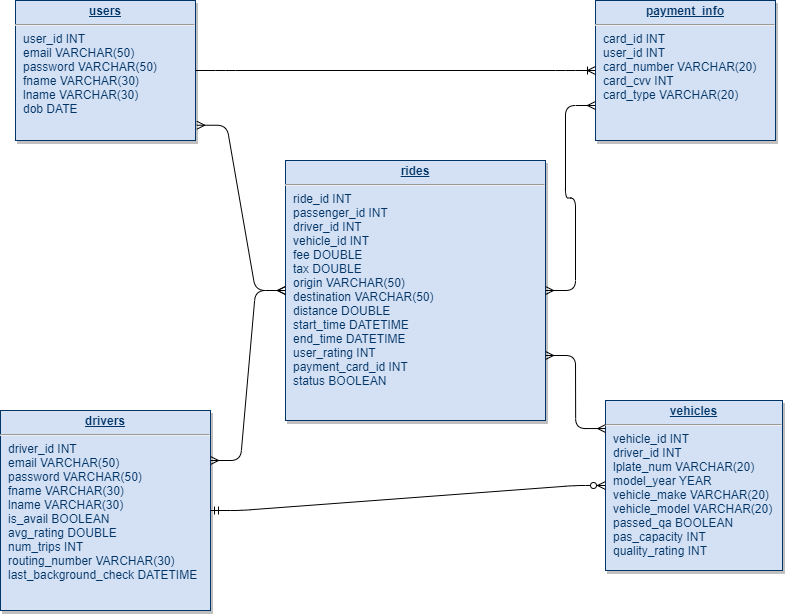
Above: Database Schema 1.png in dtiberiIIT/CS-487-Project-1 (draw.io), before the change. Source tidied: cells renumbered, new cells last; positions are measured from the earlier drawing's top-left corner, leaving out a move shared by most shapes.
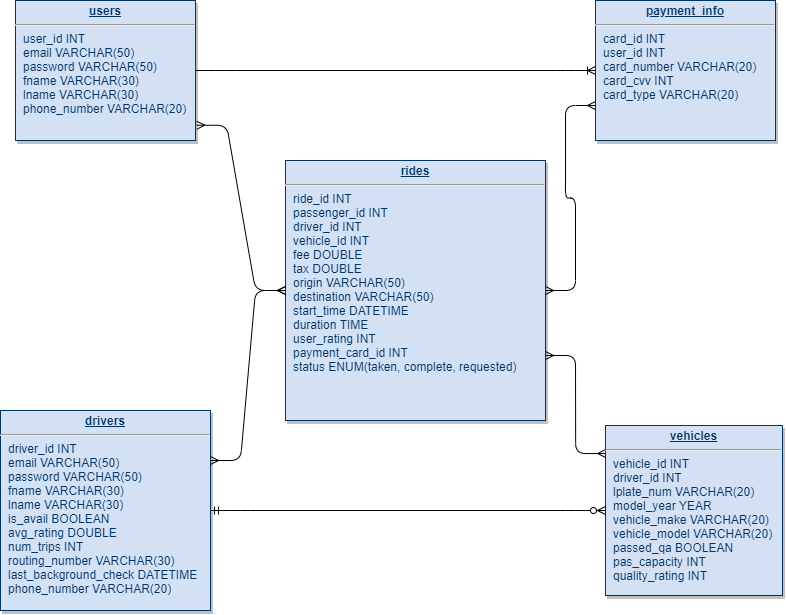
Later version of the same file.

Change to the diagram source:
```diff
@@ -2,16 +2,16 @@
   <root>
     <mxCell id="0" />
     <mxCell id="1" parent="0" />
-    <mxCell id="2" value="&lt;p style=&quot;margin: 0px ; margin-top: 4px ; text-align: center ; text-decoration: underline&quot;&gt;&lt;b&gt;drivers&lt;/b&gt;&lt;/p&gt;&lt;hr&gt;&lt;p style=&quot;margin: 0px ; margin-left: 8px&quot;&gt;driver_id INT&lt;/p&gt;&lt;p style=&quot;margin: 0px 0px 0px 8px&quot;&gt;email VARCHAR(50)&lt;/p&gt;&lt;p style=&quot;margin: 0px 0px 0px 8px&quot;&gt;password VARCHAR(50)&lt;/p&gt;&lt;p style=&quot;margin: 0px ; margin-left: 8px&quot;&gt;fname VARCHAR(30)&amp;nbsp;&lt;/p&gt;&lt;p style=&quot;margin: 0px ; margin-left: 8px&quot;&gt;lname VARCHAR(30)&amp;nbsp;&lt;/p&gt;&lt;p style=&quot;margin: 0px ; margin-left: 8px&quot;&gt;is_avail BOOLEAN&amp;nbsp;&lt;/p&gt;&lt;p style=&quot;margin: 0px ; margin-left: 8px&quot;&gt;avg_rating DOUBLE&lt;/p&gt;&lt;p style=&quot;margin: 0px ; margin-left: 8px&quot;&gt;num_trips INT&lt;/p&gt;&lt;p style=&quot;margin: 0px ; margin-left: 8px&quot;&gt;routing_number VARCHAR(30)&lt;/p&gt;&lt;p style=&quot;margin: 0px ; margin-left: 8px&quot;&gt;last_background_check DATETIME&lt;/p&gt;&lt;p style=&quot;margin: 0px ; margin-left: 8px&quot;&gt;&lt;br&gt;&lt;/p&gt;&lt;p style=&quot;margin: 0px ; margin-left: 8px&quot;&gt;&lt;br&gt;&lt;/p&gt;&lt;p style=&quot;margin: 0px ; margin-left: 8px&quot;&gt;&lt;br&gt;&lt;/p&gt;&lt;p style=&quot;margin: 0px ; margin-left: 8px&quot;&gt;&lt;br&gt;&lt;/p&gt;&lt;p style=&quot;margin: 0px ; margin-left: 8px&quot;&gt;&lt;br&gt;&lt;/p&gt;" style="verticalAlign=top;align=left;overflow=fill;fontSize=12;fontFamily=Helvetica;html=1;strokeColor=#003366;shadow=1;fillColor=#D4E1F5;fontColor=#003366;" parent="1" vertex="1">
+    <mxCell id="2" value="&lt;p style=&quot;margin: 0px ; margin-top: 4px ; text-align: center ; text-decoration: underline&quot;&gt;&lt;b&gt;drivers&lt;/b&gt;&lt;/p&gt;&lt;hr&gt;&lt;p style=&quot;margin: 0px ; margin-left: 8px&quot;&gt;driver_id INT&lt;/p&gt;&lt;p style=&quot;margin: 0px 0px 0px 8px&quot;&gt;email VARCHAR(50)&lt;/p&gt;&lt;p style=&quot;margin: 0px 0px 0px 8px&quot;&gt;password VARCHAR(50)&lt;/p&gt;&lt;p style=&quot;margin: 0px ; margin-left: 8px&quot;&gt;fname VARCHAR(30)&amp;nbsp;&lt;/p&gt;&lt;p style=&quot;margin: 0px ; margin-left: 8px&quot;&gt;lname VARCHAR(30)&amp;nbsp;&lt;/p&gt;&lt;p style=&quot;margin: 0px ; margin-left: 8px&quot;&gt;is_avail BOOLEAN&amp;nbsp;&lt;/p&gt;&lt;p style=&quot;margin: 0px ; margin-left: 8px&quot;&gt;avg_rating DOUBLE&lt;/p&gt;&lt;p style=&quot;margin: 0px ; margin-left: 8px&quot;&gt;num_trips INT&lt;/p&gt;&lt;p style=&quot;margin: 0px ; margin-left: 8px&quot;&gt;routing_number VARCHAR(30)&lt;/p&gt;&lt;p style=&quot;margin: 0px ; margin-left: 8px&quot;&gt;last_background_check DATETIME&lt;/p&gt;&lt;p style=&quot;margin: 0px ; margin-left: 8px&quot;&gt;phone_number VARCHAR(20)&lt;br&gt;&lt;/p&gt;&lt;p style=&quot;margin: 0px ; margin-left: 8px&quot;&gt;&lt;br&gt;&lt;/p&gt;&lt;p style=&quot;margin: 0px ; margin-left: 8px&quot;&gt;&lt;br&gt;&lt;/p&gt;&lt;p style=&quot;margin: 0px ; margin-left: 8px&quot;&gt;&lt;br&gt;&lt;/p&gt;&lt;p style=&quot;margin: 0px ; margin-left: 8px&quot;&gt;&lt;br&gt;&lt;/p&gt;&lt;p style=&quot;margin: 0px ; margin-left: 8px&quot;&gt;&lt;br&gt;&lt;/p&gt;" style="verticalAlign=top;align=left;overflow=fill;fontSize=12;fontFamily=Helvetica;html=1;strokeColor=#003366;shadow=1;fillColor=#D4E1F5;fontColor=#003366;" parent="1" vertex="1">
       <mxGeometry y="410" width="210" height="200" as="geometry" />
     </mxCell>
-    <mxCell id="3" value="&lt;p style=&quot;margin: 0px ; margin-top: 4px ; text-align: center ; text-decoration: underline&quot;&gt;&lt;b&gt;users&lt;/b&gt;&lt;/p&gt;&lt;hr&gt;&lt;p style=&quot;margin: 0px ; margin-left: 8px&quot;&gt;user_id INT&lt;/p&gt;&lt;p style=&quot;margin: 0px ; margin-left: 8px&quot;&gt;email VARCHAR(50)&lt;/p&gt;&lt;p style=&quot;margin: 0px ; margin-left: 8px&quot;&gt;password VARCHAR(50)&lt;/p&gt;&lt;p style=&quot;margin: 0px 0px 0px 8px&quot;&gt;fname VARCHAR(30)&amp;nbsp;&lt;/p&gt;&lt;p style=&quot;margin: 0px 0px 0px 8px&quot;&gt;lname VARCHAR(30)&amp;nbsp;&lt;/p&gt;&lt;p style=&quot;margin: 0px 0px 0px 8px&quot;&gt;dob DATE&lt;/p&gt;&lt;p style=&quot;margin: 0px 0px 0px 8px&quot;&gt;&lt;br&gt;&lt;/p&gt;&lt;p style=&quot;margin: 0px 0px 0px 8px&quot;&gt;&lt;br&gt;&lt;/p&gt;&lt;p style=&quot;margin: 0px 0px 0px 8px&quot;&gt;&lt;br&gt;&lt;/p&gt;" style="verticalAlign=top;align=left;overflow=fill;fontSize=12;fontFamily=Helvetica;html=1;strokeColor=#003366;shadow=1;fillColor=#D4E1F5;fontColor=#003366;" parent="1" vertex="1">
+    <mxCell id="3" value="&lt;p style=&quot;margin: 0px ; margin-top: 4px ; text-align: center ; text-decoration: underline&quot;&gt;&lt;b&gt;users&lt;/b&gt;&lt;/p&gt;&lt;hr&gt;&lt;p style=&quot;margin: 0px ; margin-left: 8px&quot;&gt;user_id INT&lt;/p&gt;&lt;p style=&quot;margin: 0px ; margin-left: 8px&quot;&gt;email VARCHAR(50)&lt;/p&gt;&lt;p style=&quot;margin: 0px ; margin-left: 8px&quot;&gt;password VARCHAR(50)&lt;/p&gt;&lt;p style=&quot;margin: 0px 0px 0px 8px&quot;&gt;fname VARCHAR(30)&amp;nbsp;&lt;/p&gt;&lt;p style=&quot;margin: 0px 0px 0px 8px&quot;&gt;lname VARCHAR(30)&lt;/p&gt;&lt;p style=&quot;margin: 0px 0px 0px 8px&quot;&gt;phone_number VARCHAR(20)&amp;nbsp;&lt;/p&gt;&lt;p style=&quot;margin: 0px 0px 0px 8px&quot;&gt;&lt;br&gt;&lt;/p&gt;&lt;p style=&quot;margin: 0px 0px 0px 8px&quot;&gt;&lt;br&gt;&lt;/p&gt;&lt;p style=&quot;margin: 0px 0px 0px 8px&quot;&gt;&lt;br&gt;&lt;/p&gt;" style="verticalAlign=top;align=left;overflow=fill;fontSize=12;fontFamily=Helvetica;html=1;strokeColor=#003366;shadow=1;fillColor=#D4E1F5;fontColor=#003366;" parent="1" vertex="1">
       <mxGeometry x="15" width="180" height="140" as="geometry" />
     </mxCell>
     <mxCell id="4" value="&lt;p style=&quot;margin: 0px ; margin-top: 4px ; text-align: center ; text-decoration: underline&quot;&gt;&lt;b&gt;vehicles&lt;/b&gt;&lt;/p&gt;&lt;hr&gt;&lt;p style=&quot;margin: 0px ; margin-left: 8px&quot;&gt;&lt;span style=&quot;font-size: 12px&quot;&gt;vehicle_id INT&lt;/span&gt;&lt;/p&gt;&lt;p style=&quot;margin: 0px ; margin-left: 8px&quot;&gt;&lt;span style=&quot;font-size: 12px&quot;&gt;driver_id INT&lt;/span&gt;&lt;/p&gt;&lt;p style=&quot;margin: 0px ; margin-left: 8px&quot;&gt;&lt;span style=&quot;font-size: 12px&quot;&gt;lplate_num VARCHAR(20)&lt;/span&gt;&lt;/p&gt;&lt;p style=&quot;margin: 0px ; margin-left: 8px&quot;&gt;&lt;span style=&quot;font-size: 12px&quot;&gt;model_year YEAR&lt;/span&gt;&lt;/p&gt;&lt;p style=&quot;margin: 0px ; margin-left: 8px&quot;&gt;&lt;span style=&quot;font-size: 12px&quot;&gt;vehicle_make VARCHAR(20)&lt;/span&gt;&lt;/p&gt;&lt;p style=&quot;margin: 0px ; margin-left: 8px&quot;&gt;&lt;span&gt;vehicle_model VARCHAR(20)&lt;/span&gt;&lt;br&gt;&lt;/p&gt;&lt;p style=&quot;margin: 0px ; margin-left: 8px&quot;&gt;passed_qa BOOLEAN&lt;/p&gt;&lt;p style=&quot;margin: 0px ; margin-left: 8px&quot;&gt;pas_capacity INT&lt;/p&gt;&lt;p style=&quot;margin: 0px ; margin-left: 8px&quot;&gt;quality_rating INT&lt;/p&gt;&lt;p style=&quot;margin: 0px 0px 0px 8px&quot;&gt;&lt;br&gt;&lt;/p&gt;" style="verticalAlign=top;align=left;overflow=fill;fontSize=12;fontFamily=Helvetica;html=1;strokeColor=#003366;shadow=1;fillColor=#D4E1F5;fontColor=#003366;" parent="1" vertex="1">
-      <mxGeometry x="605" y="400" width="177" height="170" as="geometry" />
+      <mxGeometry x="605" y="425" width="177" height="170" as="geometry" />
     </mxCell>
-    <mxCell id="5" value="&lt;p style=&quot;margin: 0px ; margin-top: 4px ; text-align: center ; text-decoration: underline&quot;&gt;&lt;b&gt;rides&lt;/b&gt;&lt;/p&gt;&lt;hr&gt;&lt;p style=&quot;margin: 0px ; margin-left: 8px&quot;&gt;ride_id INT&lt;/p&gt;&lt;p style=&quot;margin: 0px ; margin-left: 8px&quot;&gt;passenger_id INT&lt;/p&gt;&lt;p style=&quot;margin: 0px ; margin-left: 8px&quot;&gt;driver_id INT&lt;/p&gt;&lt;p style=&quot;margin: 0px ; margin-left: 8px&quot;&gt;vehicle_id INT&lt;/p&gt;&lt;p style=&quot;margin: 0px ; margin-left: 8px&quot;&gt;fee DOUBLE&lt;/p&gt;&lt;p style=&quot;margin: 0px ; margin-left: 8px&quot;&gt;tax DOUBLE&lt;/p&gt;&lt;p style=&quot;margin: 0px ; margin-left: 8px&quot;&gt;origin VARCHAR(50)&lt;/p&gt;&lt;p style=&quot;margin: 0px ; margin-left: 8px&quot;&gt;destination VARCHAR(50)&lt;/p&gt;&lt;p style=&quot;margin: 0px ; margin-left: 8px&quot;&gt;distance DOUBLE&lt;/p&gt;&lt;p style=&quot;margin: 0px ; margin-left: 8px&quot;&gt;start_time DATETIME&lt;/p&gt;&lt;p style=&quot;margin: 0px ; margin-left: 8px&quot;&gt;end_time DATETIME&lt;/p&gt;&lt;p style=&quot;margin: 0px ; margin-left: 8px&quot;&gt;user_rating INT&lt;/p&gt;&lt;p style=&quot;margin: 0px ; margin-left: 8px&quot;&gt;payment_card_id INT&lt;/p&gt;&lt;p style=&quot;margin: 0px ; margin-left: 8px&quot;&gt;status BOOLEAN&lt;/p&gt;&lt;p style=&quot;margin: 0px 0px 0px 8px&quot;&gt;&lt;br&gt;&lt;/p&gt;&lt;p style=&quot;margin: 0px 0px 0px 8px&quot;&gt;&lt;br&gt;&lt;/p&gt;" style="verticalAlign=top;align=left;overflow=fill;fontSize=12;fontFamily=Helvetica;html=1;strokeColor=#003366;shadow=1;fillColor=#D4E1F5;fontColor=#003366;" parent="1" vertex="1">
+    <mxCell id="5" value="&lt;p style=&quot;margin: 0px ; margin-top: 4px ; text-align: center ; text-decoration: underline&quot;&gt;&lt;b&gt;rides&lt;/b&gt;&lt;/p&gt;&lt;hr&gt;&lt;p style=&quot;margin: 0px ; margin-left: 8px&quot;&gt;ride_id INT&lt;/p&gt;&lt;p style=&quot;margin: 0px ; margin-left: 8px&quot;&gt;passenger_id INT&lt;/p&gt;&lt;p style=&quot;margin: 0px ; margin-left: 8px&quot;&gt;driver_id INT&lt;/p&gt;&lt;p style=&quot;margin: 0px ; margin-left: 8px&quot;&gt;vehicle_id INT&lt;/p&gt;&lt;p style=&quot;margin: 0px ; margin-left: 8px&quot;&gt;fee DOUBLE&lt;/p&gt;&lt;p style=&quot;margin: 0px ; margin-left: 8px&quot;&gt;tax DOUBLE&lt;/p&gt;&lt;p style=&quot;margin: 0px ; margin-left: 8px&quot;&gt;origin VARCHAR(50)&lt;/p&gt;&lt;p style=&quot;margin: 0px ; margin-left: 8px&quot;&gt;destination VARCHAR(50)&lt;/p&gt;&lt;p style=&quot;margin: 0px ; margin-left: 8px&quot;&gt;start_time DATETIME&lt;/p&gt;&lt;p style=&quot;margin: 0px ; margin-left: 8px&quot;&gt;duration TIME&lt;/p&gt;&lt;p style=&quot;margin: 0px ; margin-left: 8px&quot;&gt;user_rating INT&lt;/p&gt;&lt;p style=&quot;margin: 0px ; margin-left: 8px&quot;&gt;payment_card_id INT&lt;/p&gt;&lt;p style=&quot;margin: 0px ; margin-left: 8px&quot;&gt;status ENUM(taken, complete, requested)&lt;/p&gt;&lt;p style=&quot;margin: 0px 0px 0px 8px&quot;&gt;&lt;br&gt;&lt;/p&gt;&lt;p style=&quot;margin: 0px 0px 0px 8px&quot;&gt;&lt;br&gt;&lt;/p&gt;" style="verticalAlign=top;align=left;overflow=fill;fontSize=12;fontFamily=Helvetica;html=1;strokeColor=#003366;shadow=1;fillColor=#D4E1F5;fontColor=#003366;" parent="1" vertex="1">
       <mxGeometry x="285" y="160" width="260" height="260" as="geometry" />
     </mxCell>
     <mxCell id="6" value="&lt;p style=&quot;margin: 0px ; margin-top: 4px ; text-align: center ; text-decoration: underline&quot;&gt;&lt;b&gt;payment_info&lt;/b&gt;&lt;/p&gt;&lt;hr&gt;&lt;p style=&quot;margin: 0px ; margin-left: 8px&quot;&gt;card_id INT&lt;/p&gt;&lt;p style=&quot;margin: 0px ; margin-left: 8px&quot;&gt;user_id INT&lt;/p&gt;&lt;p style=&quot;margin: 0px ; margin-left: 8px&quot;&gt;&lt;span style=&quot;color: rgba(0 , 0 , 0 , 0) ; font-family: monospace ; font-size: 0px&quot;&gt;%3CmxGraphModel%3E%3Croot%3E%3CmxCell%20id%3D%220%22%2F%3E%3CmxCell%20id%3D%221%22%20parent%3D%220%22%2F%3E%3CmxCell%20id%3D%222%22%20value%3D%22%26lt%3Bp%20style%3D%26quot%3Bmargin%3A%200px%20%3B%20margin-top%3A%204px%20%3B%20text-align%3A%20center%20%3B%20text-decoration%3A%20underline%26quot%3B%26gt%3B%26lt%3Bb%26gt%3Busers%26lt%3B%2Fb%26gt%3B%26lt%3B%2Fp%26gt%3B%26lt%3Bhr%26gt%3B%26lt%3Bp%20style%3D%26quot%3Bmargin%3A%200px%20%3B%20margin-left%3A%208px%26quot%3B%26gt%3Buser_id%20INT%26lt%3B%2Fp%26gt%3B%26lt%3Bp%20style%3D%26quot%3Bmargin%3A%200px%200px%200px%208px%26quot%3B%26gt%3Bfname%20VARCHAR(30)%26amp%3Bnbsp%3B%26lt%3B%2Fp%26gt%3B%26lt%3Bp%20style%3D%26quot%3Bmargin%3A%200px%200px%200px%208px%26quot%3B%26gt%3Blname%20VARCHAR(30)%26amp%3Bnbsp%3B%26lt%3B%2Fp%26gt%3B%26lt%3Bp%20style%3D%26quot%3Bmargin%3A%200px%200px%200px%208px%26quot%3B%26gt%3Bdob%20DATE%26lt%3B%2Fp%26gt%3B%26lt%3Bp%20style%3D%26quot%3Bmargin%3A%200px%200px%200px%208px%26quot%3B%26gt%3Bcard_number%20VARCHAR(16)%26lt%3B%2Fp%26gt%3B%26lt%3Bp%20style%3D%26quot%3Bmargin%3A%200px%200px%200px%208px%26quot%3B%26gt%3Bcard_cvv%20INT%26lt%3B%2Fp%26gt%3B%26lt%3Bp%20style%3D%26quot%3Bmargin%3A%200px%200px%200px%208px%26quot%3B%26gt%3Bcard_type%20VARCHAR(20)%26lt%3B%2Fp%26gt%3B%26lt%3Bp%20style%3D%26quot%3Bmargin%3A%200px%200px%200px%208px%26quot%3B%26gt%3B%26lt%3Bbr%26gt%3B%26lt%3B%2Fp%26gt%3B%26lt%3Bp%20style%3D%26quot%3Bmargin%3A%200px%200px%200px%208px%26quot%3B%26gt%3B%26lt%3Bbr%26gt%3B%26lt%3B%2Fp%26gt%3B%26lt%3Bp%20style%3D%26quot%3Bmargin%3A%200px%200px%200px%208px%26quot%3B%26gt%3B%26lt%3Bbr%26gt%3B%26lt%3B%2Fp%26gt%3B%22%20style%3D%22verticalAlign%3Dtop%3Balign%3Dleft%3Boverflow%3Dfill%3BfontSize%3D12%3BfontFamily%3DHelvetica%3Bhtml%3D1%3BstrokeColor%3D%23003366%3Bshadow%3D1%3BfillColor%3D%23D4E1F5%3BfontColor%3D%23003366%22%20vertex%3D%221%22%20parent%3D%221%22%3E%3CmxGeometry%20x%3D%2240%22%20y%3D%22440%22%20width%3D%22180%22%20height%3D%22140%22%20as%3D%22geometry%22%2F%3E%3C%2FmxCell%3E%3C%2Froot%3E%3C%2FmxGraphModel%3E&lt;/span&gt;&lt;span&gt;card_number VARCHAR(20)&lt;/span&gt;&lt;br&gt;&lt;/p&gt;&lt;p style=&quot;margin: 0px 0px 0px 8px&quot;&gt;card_cvv INT&lt;/p&gt;&lt;p style=&quot;margin: 0px 0px 0px 8px&quot;&gt;card_type VARCHAR(20)&lt;/p&gt;&lt;p style=&quot;margin: 0px 0px 0px 8px&quot;&gt;&lt;br&gt;&lt;/p&gt;&lt;p style=&quot;margin: 0px 0px 0px 8px&quot;&gt;&lt;br&gt;&lt;/p&gt;&lt;p style=&quot;margin: 0px 0px 0px 8px&quot;&gt;&lt;br&gt;&lt;/p&gt;" style="verticalAlign=top;align=left;overflow=fill;fontSize=12;fontFamily=Helvetica;html=1;strokeColor=#003366;shadow=1;fillColor=#D4E1F5;fontColor=#003366;" parent="1" vertex="1">
```
